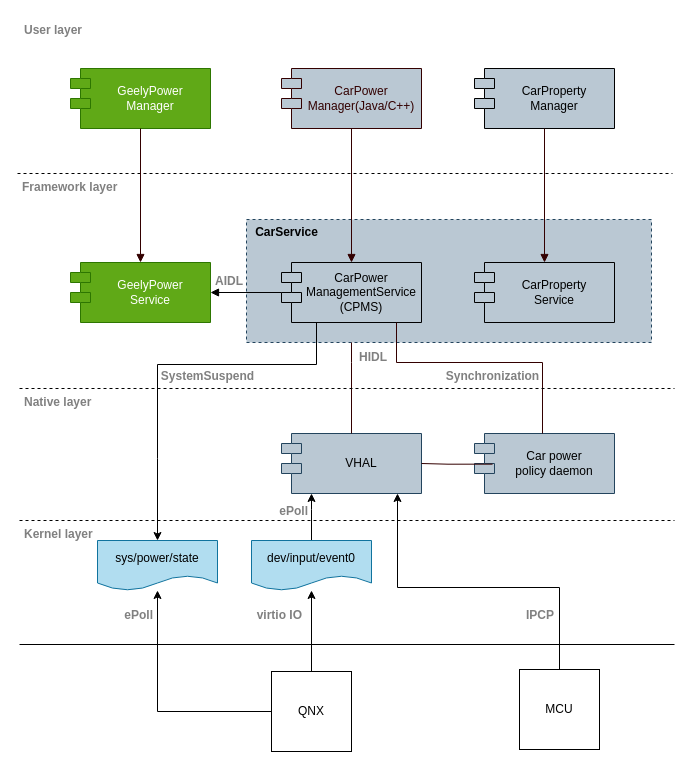
Above: page "block_电源整体" (1 of 9) of 946/power_policy.drawio in 791620110/A-drawio (draw.io), before the change. Source tidied: cells renumbered, new cells numbered last; positions are measured from the earlier drawing's top-left corner, leaving out a move shared by most shapes. Both pictures are drawn from the tidied source at 100%, with x=0, y=0 at pixel (17, 17).
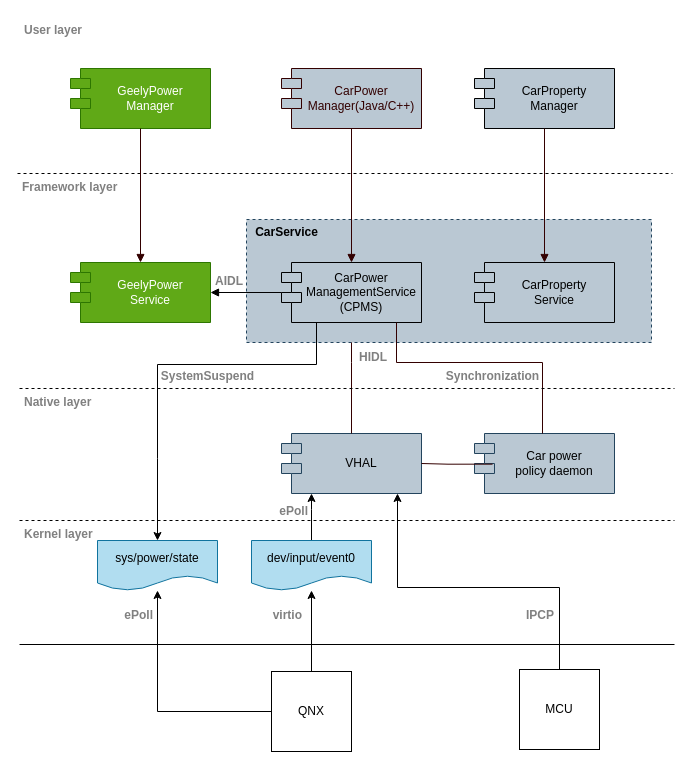
The same page after the edit.

The edit, as a diff of the source:
```diff
@@
-    <mxCell id="37" value="&lt;font&gt;virtio IO&lt;/font&gt;" style="text;align=right;fontStyle=1;verticalAlign=middle;spacingLeft=3;spacingRight=3;strokeColor=none;html=1;fontColor=#808080;" parent="1" vertex="1">
+    <mxCell id="37" value="&lt;font&gt;virtio &lt;br&gt;&lt;/font&gt;" style="text;align=right;fontStyle=1;verticalAlign=middle;spacingLeft=3;spacingRight=3;strokeColor=none;html=1;fontColor=#808080;" parent="1" vertex="1">
       <mxGeometry x="209" y="585" width="80" height="26" as="geometry" />
     </mxCell>
```
